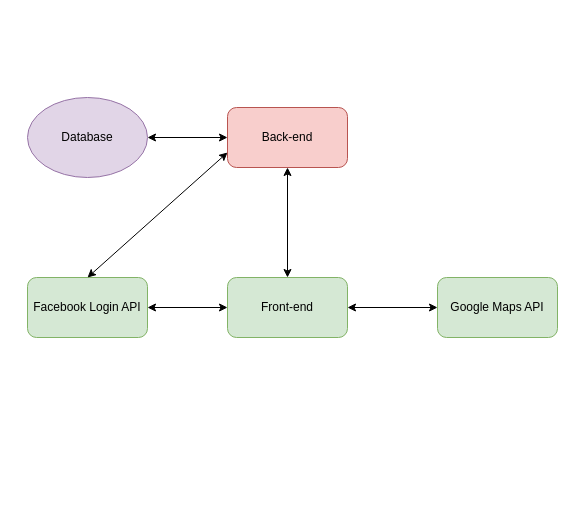
This is 4 kursas/Saityno taikomuju programu projektavimas/0 lab/sistemos_architektura.drawio from MartynasRisys/KTU, a draw.io file, before an edit. Source tidied: cells renumbered, new cells numbered last; positions are measured from the earlier drawing's top-left corner, leaving out a move shared by most shapes. Both pictures are drawn from the tidied source at 100%, with x=0, y=0 at pixel (27, 97).
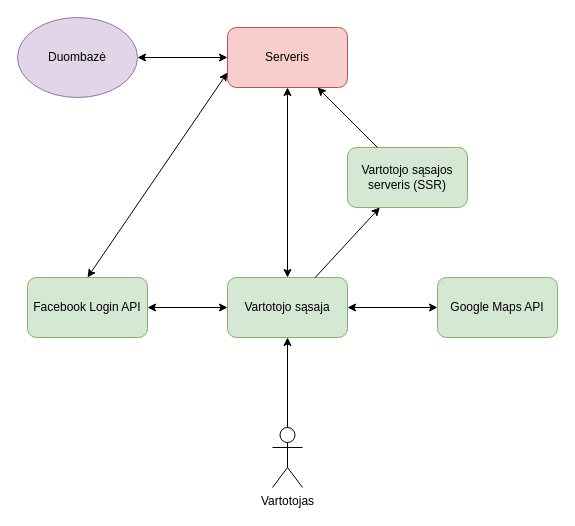
After the change.

Diff of the diagram source:
```diff
@@
 <mxGraphModel>
   <root>
     <mxCell id="0" />
     <mxCell id="1" parent="0" />
-    <mxCell id="2" value="Front-end" style="rounded=1;whiteSpace=wrap;html=1;fillColor=#d5e8d4;strokeColor=#82b366;" parent="1" vertex="1">
+    <mxCell id="2" value="Vartotojo sąsaja" style="rounded=1;whiteSpace=wrap;html=1;fillColor=#d5e8d4;strokeColor=#82b366;" parent="1" vertex="1">
       <mxGeometry x="200" y="180" width="120" height="60" as="geometry" />
     </mxCell>
-    <mxCell id="3" value="Back-end" style="rounded=1;whiteSpace=wrap;html=1;fillColor=#f8cecc;strokeColor=#b85450;" parent="1" vertex="1">
-      <mxGeometry x="200" y="10" width="120" height="60" as="geometry" />
+    <mxCell id="3" value="Serveris" style="rounded=1;whiteSpace=wrap;html=1;fillColor=#f8cecc;strokeColor=#b85450;" parent="1" vertex="1">
+      <mxGeometry x="200" y="-70" width="120" height="60" as="geometry" />
     </mxCell>
     <mxCell id="4" value="Google Maps API" style="rounded=1;whiteSpace=wrap;html=1;fillColor=#d5e8d4;strokeColor=#82b366;" parent="1" vertex="1">
       <mxGeometry x="410" y="180" width="120" height="60" as="geometry" />
     </mxCell>
     <mxCell id="5" style="endArrow=classic;startArrow=classic;html=1;entryX=0;entryY=0.5;entryDx=0;entryDy=0;" parent="1" edge="1" source="2" target="4">
       <mxGeometry relative="1" as="geometry" />
     </mxCell>
-    <mxCell id="6" style="endArrow=classic;startArrow=classic;html=1;entryX=0.5;entryY=1;entryDx=0;entryDy=0;" parent="1" edge="1" source="2" target="3">
-      <mxGeometry relative="1" as="geometry" />
-    </mxCell>
-    <mxCell id="7" value="Database" style="ellipse;whiteSpace=wrap;html=1;fillColor=#e1d5e7;strokeColor=#9673a6;" parent="1" vertex="1">
-      <mxGeometry width="120" height="80" as="geometry" />
+    <mxCell id="7" value="Duombazė" style="ellipse;whiteSpace=wrap;html=1;fillColor=#e1d5e7;strokeColor=#9673a6;" parent="1" vertex="1">
+      <mxGeometry x="-10" y="-80" width="120" height="80" as="geometry" />
     </mxCell>
     <mxCell id="8" style="endArrow=classic;startArrow=classic;html=1;entryX=0;entryY=0.5;entryDx=0;entryDy=0;exitX=1;exitY=0.5;exitDx=0;exitDy=0;" parent="1" edge="1" source="7" target="3">
       <mxGeometry relative="1" as="geometry" />
     </mxCell>
     <mxCell id="9" value="Facebook Login API" style="rounded=1;whiteSpace=wrap;html=1;fillColor=#d5e8d4;strokeColor=#82b366;" parent="1" vertex="1">
       <mxGeometry y="180" width="120" height="60" as="geometry" />
     </mxCell>
     <mxCell id="10" style="endArrow=classic;startArrow=classic;html=1;entryX=0;entryY=0.5;entryDx=0;entryDy=0;exitX=1;exitY=0.5;exitDx=0;exitDy=0;" parent="1" edge="1" source="9" target="2">
       <mxGeometry relative="1" as="geometry" />
     </mxCell>
     <mxCell id="11" style="endArrow=classic;startArrow=classic;html=1;entryX=0;entryY=0.75;entryDx=0;entryDy=0;exitX=0.5;exitY=0;exitDx=0;exitDy=0;" parent="1" edge="1" source="9" target="3">
       <mxGeometry relative="1" as="geometry" />
     </mxCell>
+    <mxCell id="12" value="Vartotojas" style="shape=umlActor;verticalLabelPosition=bottom;labelBackgroundColor=#ffffff;verticalAlign=top;html=1;outlineConnect=0;" parent="1" vertex="1">
+      <mxGeometry x="245" y="330" width="30" height="60" as="geometry" />
+    </mxCell>
+    <mxCell id="13" value="Vartotojo sąsajos serveris (SSR)" style="rounded=1;whiteSpace=wrap;html=1;fillColor=#d5e8d4;strokeColor=#82b366;" parent="1" vertex="1">
+      <mxGeometry x="320" y="50" width="120" height="60" as="geometry" />
+    </mxCell>
+    <mxCell id="14" style="endArrow=classic;html=1;" parent="1" edge="1" source="2" target="13">
+      <mxGeometry relative="1" as="geometry" />
+    </mxCell>
+    <mxCell id="15" style="endArrow=classic;html=1;" parent="1" edge="1" source="13" target="3">
+      <mxGeometry relative="1" as="geometry" />
+    </mxCell>
+    <mxCell id="6" style="endArrow=classic;startArrow=classic;html=1;exitX=0.5;exitY=0;exitDx=0;exitDy=0;" parent="1" edge="1" source="2" target="3">
+      <mxGeometry relative="1" as="geometry" />
+    </mxCell>
+    <mxCell id="16" style="endArrow=classic;html=1;" parent="1" edge="1" source="12" target="2">
+      <mxGeometry relative="1" as="geometry" />
+    </mxCell>
   </root>
 </mxGraphModel>
```
